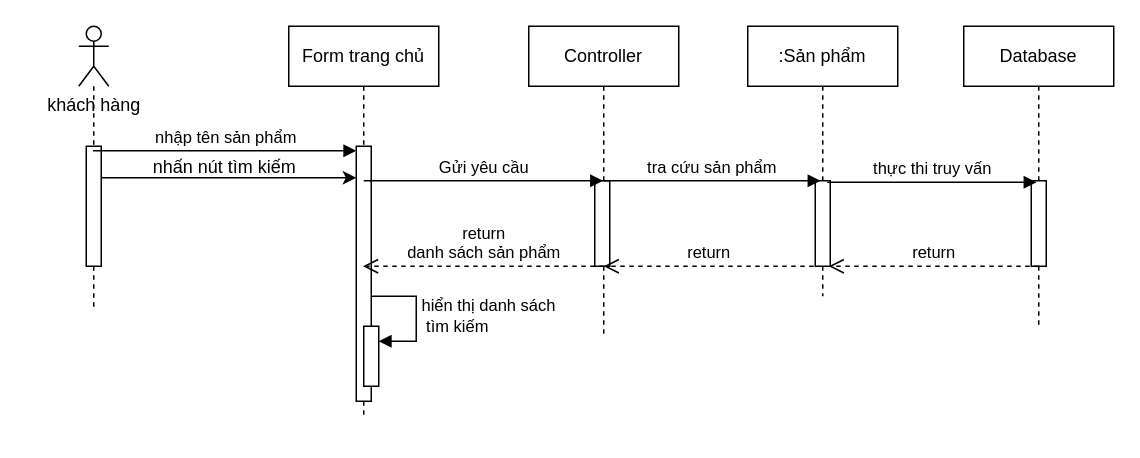
Earlier version of the draw.io diagram User/Sequence/timkiemsp.drawio (dmn-05/PTTK-HTTT). Source tidied: cells renumbered, new cells numbered last; positions are measured from the earlier drawing's top-left corner, leaving out a move shared by most shapes. Both pictures are drawn from the tidied source at 150%, with x=0, y=0 at pixel (26, 26).
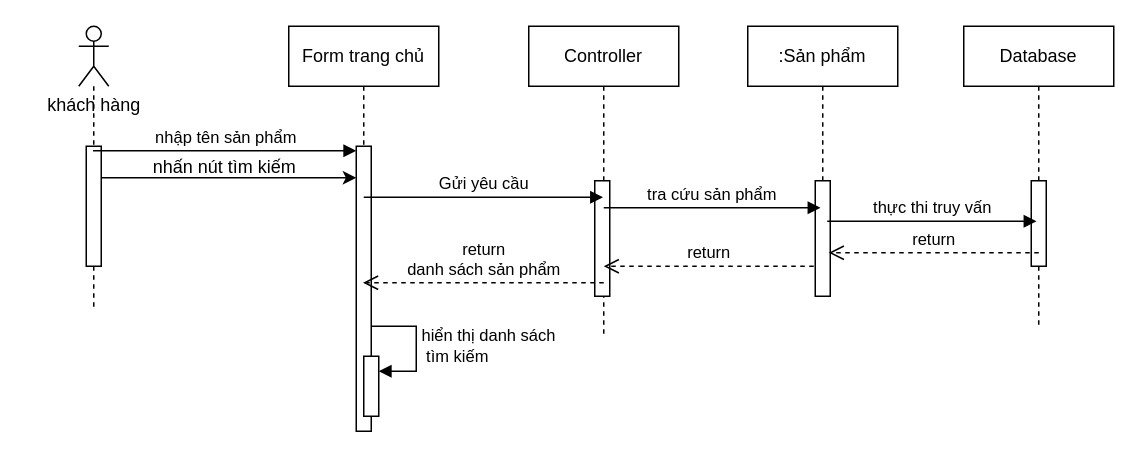
The same page after the edit.

Unchanged cells that the change refers to:
```xml
<mxCell id="4" value="Controller" style="shape=umlLifeline;perimeter=lifelinePerimeter;whiteSpace=wrap;html=1;newEdgeStyle={&quot;curved&quot;:0,&quot;rounded&quot;:0};" parent="1" vertex="1">
  <mxGeometry x="335" width="100" height="205" as="geometry" />
</mxCell>
<mxCell id="10" value=":Sản phẩm" style="shape=umlLifeline;perimeter=lifelinePerimeter;whiteSpace=wrap;html=1;newEdgeStyle={&quot;curved&quot;:0,&quot;rounded&quot;:0};" parent="1" vertex="1">
  <mxGeometry x="481" width="100" height="180" as="geometry" />
</mxCell>
```

What changed in the source:
```diff
@@
     <mxCell id="5" style="html=1;perimeter=orthogonalPerimeter;targetShapes=umlLifeline;newEdgeStyle={&quot;curved&quot;:0,&quot;rounded&quot;:0};" parent="4" vertex="1">
-      <mxGeometry x="44" y="103" width="10" height="57" as="geometry" />
+      <mxGeometry x="44" y="103" width="10" height="77" as="geometry" />
     </mxCell>
     <mxCell id="6" value="Form trang chủ" style="shape=umlLifeline;perimeter=lifelinePerimeter;whiteSpace=wrap;html=1;outlineConnect=0;portConstraint=eastwest;newEdgeStyle={&quot;curved&quot;:0,&quot;rounded&quot;:0};" parent="1" vertex="1">
-      <mxGeometry x="175" width="100" height="260" as="geometry" />
+      <mxGeometry x="175" width="100" height="270" as="geometry" />
     </mxCell>
     <mxCell id="7" style="html=1;perimeter=orthogonalPerimeter;targetShapes=umlLifeline;newEdgeStyle={&quot;curved&quot;:0,&quot;rounded&quot;:0};" parent="6" vertex="1">
-      <mxGeometry x="45" y="80" width="10" height="170" as="geometry" />
+      <mxGeometry x="45" y="80" width="10" height="190" as="geometry" />
     </mxCell>
     <mxCell id="8" style="html=1;points=[[0,0,0,0,5],[0,1,0,0,-5],[1,0,0,0,5],[1,1,0,0,-5]];perimeter=orthogonalPerimeter;outlineConnect=0;targetShapes=umlLifeline;portConstraint=eastwest;newEdgeStyle={&quot;curved&quot;:0,&quot;rounded&quot;:0};" parent="6" vertex="1">
-      <mxGeometry x="50" y="200" width="10" height="40" as="geometry" />
+      <mxGeometry x="50" y="220" width="10" height="40" as="geometry" />
     </mxCell>
     <mxCell id="9" value="hiển thị danh sách&lt;div&gt;&amp;nbsp;tìm kiếm&lt;/div&gt;" style="html=1;align=left;spacingLeft=2;endArrow=block;rounded=0;edgeStyle=orthogonalEdgeStyle;curved=0;rounded=0;" parent="6" edge="1" target="8">
       <mxGeometry relative="1" as="geometry">
-        <mxPoint x="55" y="180" as="sourcePoint" />
+        <mxPoint x="55" y="200" as="sourcePoint" />
         <Array as="points">
-          <mxPoint x="85" y="210" />
+          <mxPoint x="85" y="230" />
         </Array>
       </mxGeometry>
     </mxCell>
@@
     <mxCell id="11" style="html=1;perimeter=orthogonalPerimeter;targetShapes=umlLifeline;newEdgeStyle={&quot;curved&quot;:0,&quot;rounded&quot;:0};" parent="10" vertex="1">
-      <mxGeometry x="45" y="103" width="10" height="57" as="geometry" />
+      <mxGeometry x="45" y="103" width="10" height="77" as="geometry" />
     </mxCell>
@@
     <mxCell id="14" value="Gửi yêu cầu" style="html=1;verticalAlign=bottom;endArrow=block;curved=0;rounded=0;" parent="1" edge="1">
       <mxGeometry relative="1" as="geometry">
-        <mxPoint x="225" y="103" as="sourcePoint" />
-        <mxPoint x="384.5" y="103" as="targetPoint" />
+        <mxPoint x="225" y="114" as="sourcePoint" />
+        <mxPoint x="384.5" y="114" as="targetPoint" />
       </mxGeometry>
     </mxCell>
     <mxCell id="15" value="tra cứu sản phẩm" style="html=1;verticalAlign=bottom;endArrow=block;curved=0;rounded=0;" parent="1" edge="1">
       <mxGeometry relative="1" as="geometry">
-        <mxPoint x="385" y="103" as="sourcePoint" />
-        <mxPoint x="529.5" y="103" as="targetPoint" />
+        <mxPoint x="385" y="121" as="sourcePoint" />
+        <mxPoint x="529.5" y="121" as="targetPoint" />
       </mxGeometry>
     </mxCell>
@@
-    <mxCell id="17" value="return&lt;div&gt;danh sách sản phẩm&lt;/div&gt;" style="html=1;verticalAlign=bottom;endArrow=open;dashed=1;endSize=8;curved=0;rounded=0;" parent="1" edge="1" target="6">
+    <mxCell id="17" value="return&lt;div&gt;danh sách sản phẩm&lt;/div&gt;" style="html=1;verticalAlign=bottom;endArrow=open;dashed=1;endSize=8;curved=0;rounded=0;" parent="1" edge="1">
       <mxGeometry relative="1" as="geometry">
-        <mxPoint x="385" y="160" as="sourcePoint" />
+        <mxPoint x="385" y="171" as="sourcePoint" />
+        <mxPoint x="224.5" y="171" as="targetPoint" />
       </mxGeometry>
     </mxCell>
@@
     <mxCell id="22" value="thực thi truy vấn" style="html=1;verticalAlign=bottom;endArrow=block;curved=0;rounded=0;" parent="1" edge="1">
       <mxGeometry relative="1" as="geometry">
-        <mxPoint x="534" y="104" as="sourcePoint" />
-        <mxPoint x="673.5" y="104" as="targetPoint" />
+        <mxPoint x="534" y="130" as="sourcePoint" />
+        <mxPoint x="673.5" y="130" as="targetPoint" />
       </mxGeometry>
     </mxCell>
     <mxCell id="23" value="return" style="html=1;verticalAlign=bottom;endArrow=open;dashed=1;endSize=8;curved=0;rounded=0;" parent="1" edge="1">
       <mxGeometry relative="1" as="geometry">
-        <mxPoint x="675" y="160" as="sourcePoint" />
-        <mxPoint x="535" y="160" as="targetPoint" />
+        <mxPoint x="675" y="151" as="sourcePoint" />
+        <mxPoint x="535" y="151" as="targetPoint" />
       </mxGeometry>
     </mxCell>
```
